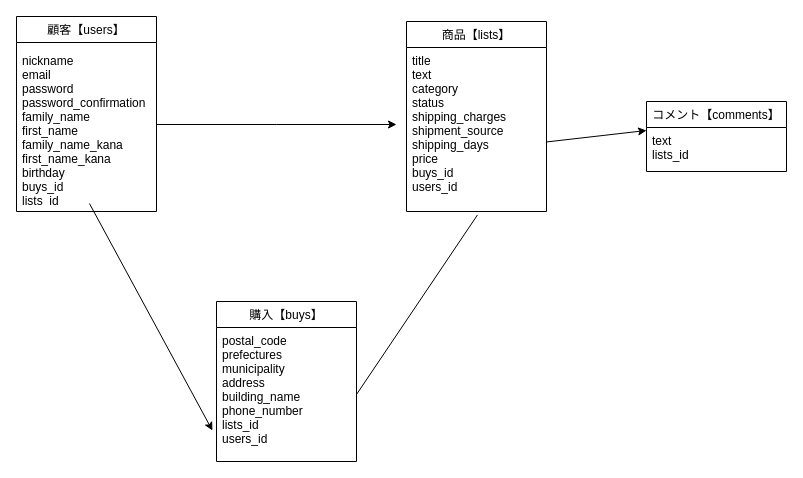
The draw.io diagram ER.dio in ally1031/furima-29674, before the edit. Source tidied: cells renumbered, new cells numbered last; positions are measured from the earlier drawing's top-left corner, leaving out a move shared by most shapes. Both pictures are drawn from the tidied source at 100%, with x=0, y=0 at pixel (16, 16).
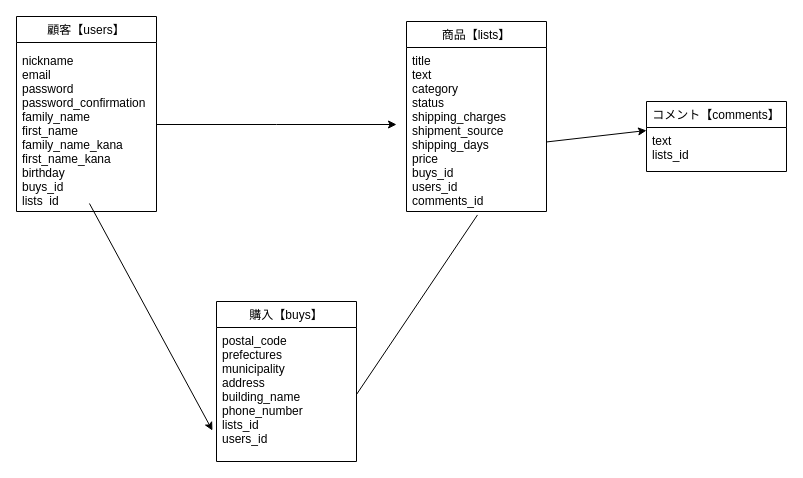
The same page after the edit.

Commit message (it also covers changes not shown here):
DB設計(README)の修正２https://gyazo.com/310806ce25c445ec39892ee67d9609e1

ER図の確認お願いします　https://gyazo.com/310806ce25c445ec39892ee67d9609e1

Change to the diagram source:
```diff
@@
 <mxGraphModel>
   <root>
     <mxCell id="0" />
     <mxCell id="1" parent="0" />
     <mxCell id="2" value="商品【lists】" style="swimlane;fontStyle=0;horizontal=1;startSize=26;fillColor=none;" parent="1" vertex="1">
       <mxGeometry x="390" y="5" width="140" height="190" as="geometry" />
     </mxCell>
-    <mxCell id="3" value="title&#10;text&#10;category&#10;status&#10;shipping_charges&#10;shipment_source&#10;shipping_days&#10;price&#10;buys_id&#10;users_id" style="text;strokeColor=none;fillColor=none;align=left;verticalAlign=top;spacingLeft=4;spacingRight=4;overflow=hidden;points=[[0,0.5],[1,0.5]];portConstraint=eastwest;" parent="2" vertex="1">
+    <mxCell id="3" value="title&#10;text&#10;category&#10;status&#10;shipping_charges&#10;shipment_source&#10;shipping_days&#10;price&#10;buys_id&#10;users_id&#10;comments_id" style="text;strokeColor=none;fillColor=none;align=left;verticalAlign=top;spacingLeft=4;spacingRight=4;overflow=hidden;points=[[0,0.5],[1,0.5]];portConstraint=eastwest;" parent="2" vertex="1">
       <mxGeometry y="26" width="140" height="164" as="geometry" />
     </mxCell>
     <mxCell id="4" style="edgeStyle=orthogonalEdgeStyle;rounded=0;jettySize=auto;html=1;" parent="1" edge="1" source="5">
       <mxGeometry relative="1" as="geometry">
         <mxPoint x="380" y="108" as="targetPoint" />
       </mxGeometry>
     </mxCell>
     <mxCell id="5" value="nickname&#10;email&#10;password&#10;password_confirmation&#10;family_name&#10;first_name&#10;family_name_kana&#10;first_name_kana&#10;birthday&#10;buys_id&#10;lists_id" style="text;strokeColor=none;fillColor=none;align=left;verticalAlign=top;spacingLeft=4;spacingRight=4;overflow=hidden;points=[[0,0.5],[1,0.5]];portConstraint=eastwest;" parent="1" vertex="1">
       <mxGeometry y="31" width="140" height="154" as="geometry" />
     </mxCell>
     <mxCell id="6" value="購入【buys】" style="swimlane;fontStyle=0;horizontal=1;startSize=26;fillColor=none;" parent="1" vertex="1">
       <mxGeometry x="200" y="285" width="140" height="160" as="geometry" />
     </mxCell>
     <mxCell id="7" value="postal_code&#10;prefectures&#10;municipality&#10;address&#10;building_name&#10;phone_number&#10;lists_id&#10;users_id&#10;" style="text;strokeColor=none;fillColor=none;align=left;verticalAlign=top;spacingLeft=4;spacingRight=4;overflow=hidden;points=[[0,0.5],[1,0.5]];portConstraint=eastwest;" parent="6" vertex="1">
       <mxGeometry y="26" width="140" height="134" as="geometry" />
     </mxCell>
     <mxCell id="8" style="endArrow=classic;html=1;exitX=0.521;exitY=1.013;exitDx=0;exitDy=0;exitPerimeter=0;entryX=-0.029;entryY=0.769;entryDx=0;entryDy=0;entryPerimeter=0;" parent="1" edge="1" source="5" target="7">
       <mxGeometry relative="1" as="geometry" />
     </mxCell>
     <mxCell id="9" style="endArrow=none;html=1;exitX=1;exitY=0.5;exitDx=0;exitDy=0;entryX=0.507;entryY=1.021;entryDx=0;entryDy=0;entryPerimeter=0;" parent="1" edge="1" source="7" target="3">
       <mxGeometry relative="1" as="geometry" />
     </mxCell>
     <mxCell id="10" style="endArrow=classic;html=1;exitX=1;exitY=0.576;exitDx=0;exitDy=0;exitPerimeter=0;" parent="1" edge="1" source="3">
       <mxGeometry relative="1" as="geometry">
         <mxPoint x="630" y="114" as="targetPoint" />
       </mxGeometry>
     </mxCell>
     <mxCell id="11" value="コメント【comments】" style="swimlane;fontStyle=0;horizontal=1;startSize=26;fillColor=none;" parent="1" vertex="1">
       <mxGeometry x="630" y="85" width="140" height="70" as="geometry" />
     </mxCell>
     <mxCell id="12" value="text&#10;lists_id" style="text;strokeColor=none;fillColor=none;align=left;verticalAlign=top;spacingLeft=4;spacingRight=4;overflow=hidden;" parent="11" vertex="1">
       <mxGeometry y="26" width="140" height="44" as="geometry" />
     </mxCell>
     <mxCell id="13" value="顧客【users】" style="swimlane;fontStyle=0;horizontal=1;startSize=26;fillColor=none;" parent="1" vertex="1">
       <mxGeometry width="140" height="195" as="geometry" />
     </mxCell>
   </root>
 </mxGraphModel>
```
